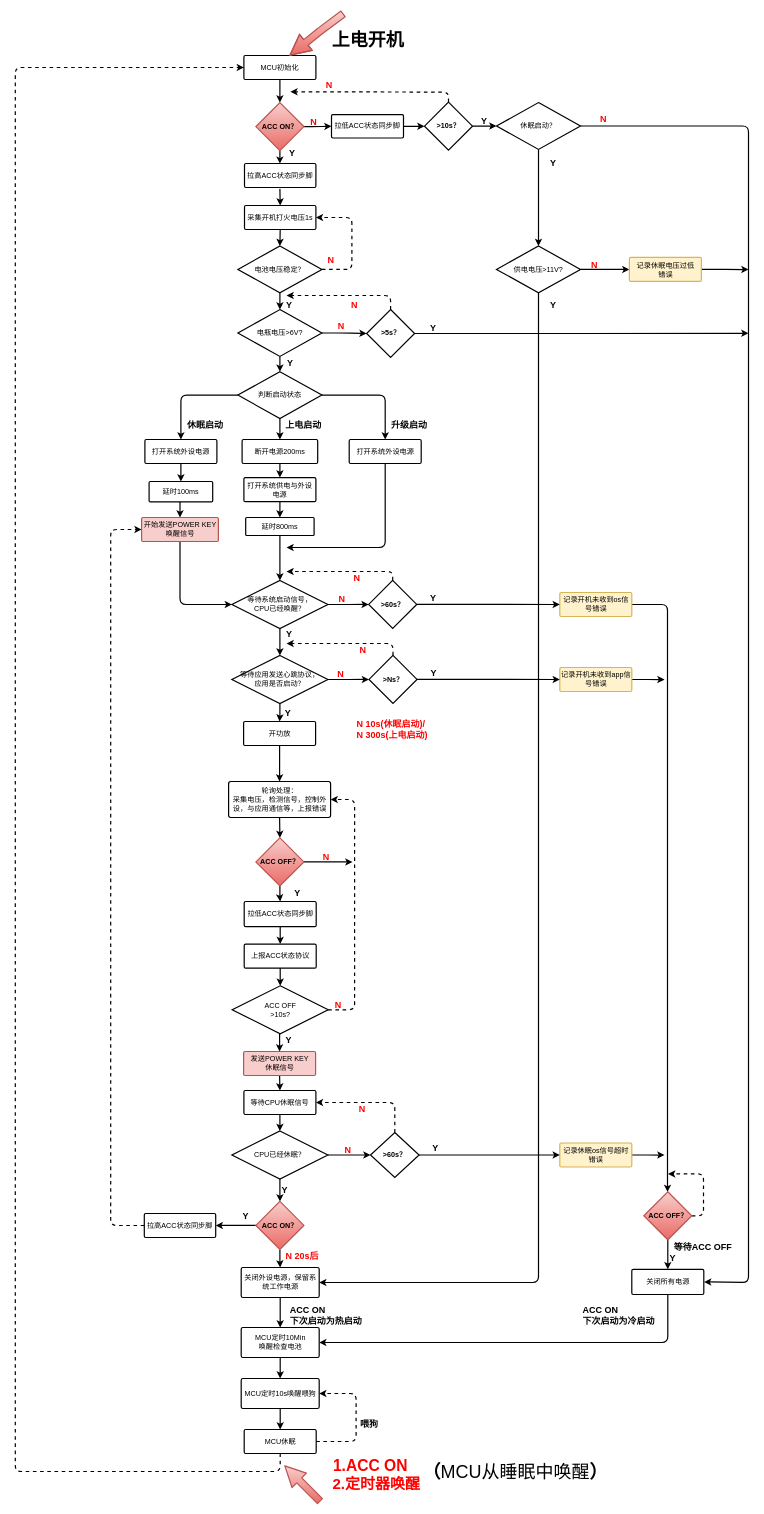
Earlier version of the draw.io diagram page "第 1 页" (1 of 2) of 010_mcu_sleep.drawio (yintianlan/Picture_Draw). Source tidied: cells renumbered, new cells numbered last; positions are measured from the earlier drawing's top-left corner, leaving out a move shared by most shapes. Both pictures are drawn from the tidied source at 60%, with x=0, y=0 at pixel (15, 13).
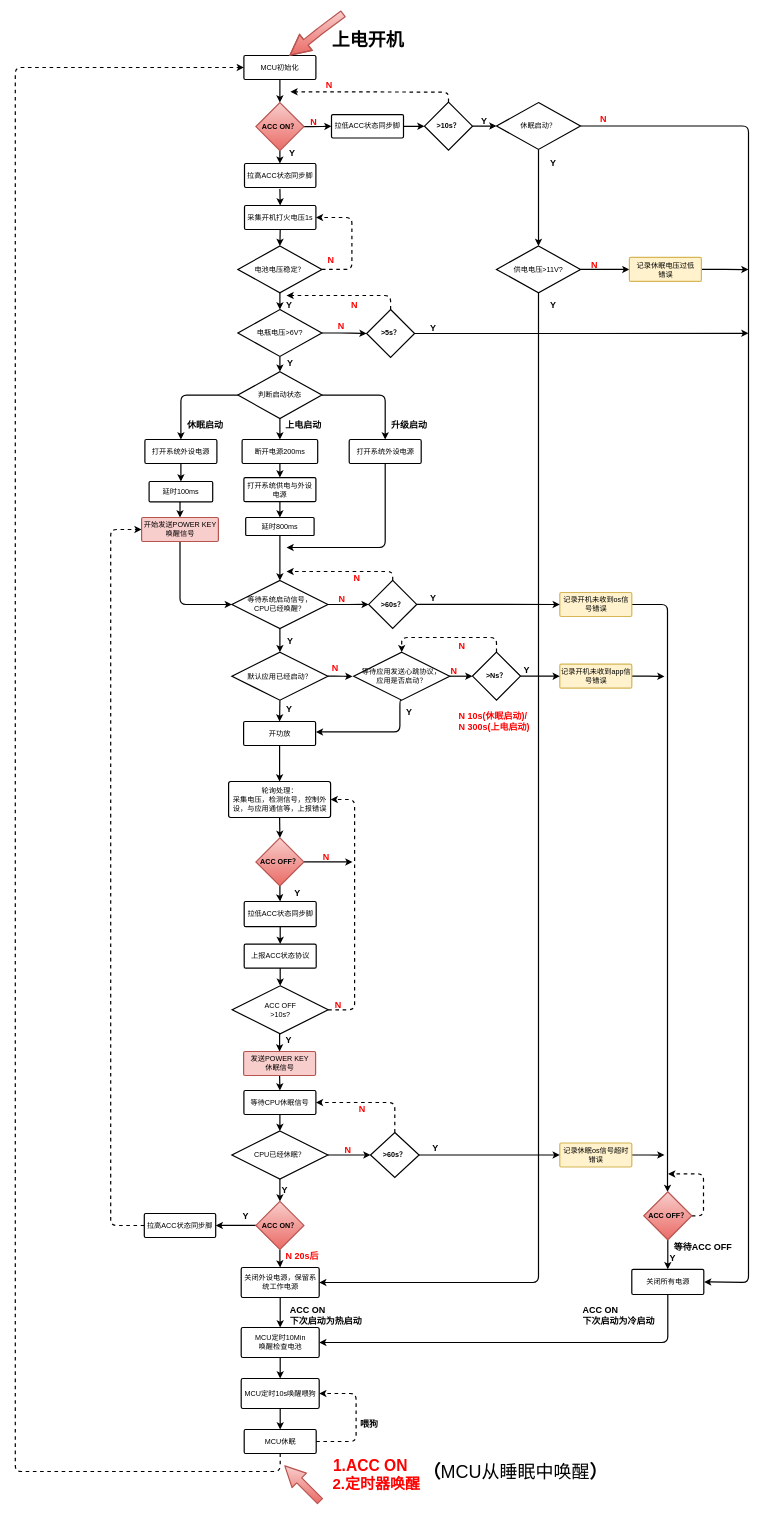
After the change.

The change refers to these unchanged cells:
```xml
<mxCell id="48" value="开功放" style="strokeWidth=2;html=1;shape=mxgraph.flowchart.process;whiteSpace=wrap;fontFamily=Helvetica;align=center;" parent="1" vertex="1">
  <mxGeometry x="380.5" y="1180" width="120" height="40" as="geometry" />
</mxCell>
```

What changed in the source:
```diff
@@
     <mxCell id="40" value="Y" style="text;html=1;align=center;verticalAlign=middle;spacingTop=-4;fontFamily=Helvetica;labelPosition=center;verticalLabelPosition=middle;strokeWidth=2;fontSize=15;fontStyle=1;" parent="1" vertex="1">
-      <mxGeometry x="443.5" y="1162.5" width="20" height="10" as="geometry" />
+      <mxGeometry x="445.5" y="1155" width="20" height="10" as="geometry" />
     </mxCell>
@@
-    <mxCell id="44" style="edgeStyle=orthogonalEdgeStyle;rounded=0;html=1;jettySize=auto;strokeWidth=2;entryX=0.5;entryY=0;entryDx=0;entryDy=0;entryPerimeter=0;" parent="1" edge="1" source="46" target="48">
-      <mxGeometry relative="1" as="geometry">
-        <Array as="points">
-          <mxPoint x="441" y="1170" />
-          <mxPoint x="441" y="1170" />
-        </Array>
-      </mxGeometry>
+    <mxCell id="44" style="edgeStyle=orthogonalEdgeStyle;rounded=1;jettySize=auto;html=1;exitX=0.5;exitY=1;exitDx=0;exitDy=0;exitPerimeter=0;entryX=0.5;entryY=0;entryDx=0;entryDy=0;entryPerimeter=0;strokeWidth=2;" parent="1" edge="1" source="46" target="48">
+      <mxGeometry relative="1" as="geometry" />
     </mxCell>
-    <mxCell id="45" style="edgeStyle=orthogonalEdgeStyle;rounded=0;jettySize=auto;html=1;exitX=1;exitY=0.5;exitDx=0;exitDy=0;exitPerimeter=0;strokeWidth=2;entryX=0;entryY=0.5;entryDx=0;entryDy=0;" parent="1" edge="1" source="46" target="130">
-      <mxGeometry relative="1" as="geometry" />
-    </mxCell>
+    <mxCell id="160" style="edgeStyle=orthogonalEdgeStyle;rounded=1;jettySize=auto;html=1;exitX=1;exitY=0.5;exitDx=0;exitDy=0;exitPerimeter=0;strokeWidth=2;" parent="1" edge="1" source="46">
+      <mxGeometry relative="1" as="geometry">
+        <mxPoint x="562" y="1104.8" as="targetPoint" />
+      </mxGeometry>
+    </mxCell>
-    <mxCell id="46" value="等待应用发送心跳协议，&lt;br&gt;应用是否启动？" style="strokeWidth=2;html=1;shape=mxgraph.flowchart.decision;whiteSpace=wrap;fillColor=#ffffff;fontFamily=Helvetica;align=center;strokeColor=#000000;" parent="1" vertex="1">
-      <mxGeometry x="361" y="1070" width="160" height="80" as="geometry" />
+    <mxCell id="46" value="默认应用已经启动？" style="strokeWidth=2;html=1;shape=mxgraph.flowchart.decision;whiteSpace=wrap;fillColor=#ffffff;fontFamily=Helvetica;align=center;strokeColor=#000000;" parent="1" vertex="1">
+      <mxGeometry x="361" y="1064.5" width="160" height="80" as="geometry" />
     </mxCell>
@@
     <mxCell id="52" value="Y" style="text;html=1;align=center;verticalAlign=middle;spacingTop=-4;fontFamily=Helvetica;labelPosition=center;verticalLabelPosition=middle;strokeWidth=2;fontSize=15;fontStyle=1;" parent="1" vertex="1">
-      <mxGeometry x="445.5" y="1030" width="20" height="10" as="geometry" />
+      <mxGeometry x="447.5" y="1042.5" width="20" height="10" as="geometry" />
     </mxCell>
@@
     <mxCell id="76" value="&lt;span style=&quot;font-size: 15px&quot;&gt;&lt;font color=&quot;#ff0000&quot;&gt;N 10s(休眠启动)/&lt;br&gt;N 300s(上电启动)&lt;br&gt;&lt;/font&gt;&lt;/span&gt;" style="text;html=1;align=left;verticalAlign=top;spacingTop=-4;fontFamily=Helvetica;strokeWidth=2;fontSize=15;fontStyle=1;" parent="1" vertex="1">
-      <mxGeometry x="567" y="1172.5" width="130" height="40" as="geometry" />
+      <mxGeometry x="737" y="1160" width="130" height="40" as="geometry" />
     </mxCell>
@@
     <mxCell id="98" style="edgeStyle=orthogonalEdgeStyle;rounded=0;jettySize=auto;html=1;exitX=1;exitY=0.5;exitDx=0;exitDy=0;exitPerimeter=0;strokeWidth=2;" parent="1" edge="1" source="99">
       <mxGeometry relative="1" as="geometry">
-        <mxPoint x="1082" y="1110.2" as="targetPoint" />
+        <mxPoint x="1082" y="1105" as="targetPoint" />
+        <Array as="points">
+          <mxPoint x="1055" y="1105" />
+        </Array>
       </mxGeometry>
     </mxCell>
     <mxCell id="99" value="记录开机未收到app信号错误" style="strokeWidth=2;html=1;shape=mxgraph.flowchart.process;whiteSpace=wrap;fillColor=#fff2cc;fontFamily=Helvetica;align=center;strokeColor=#d6b656;" parent="1" vertex="1">
-      <mxGeometry x="907.5" y="1090" width="120" height="40" as="geometry" />
+      <mxGeometry x="907.5" y="1084.5" width="120" height="40" as="geometry" />
     </mxCell>
@@
-    <mxCell id="128" style="edgeStyle=orthogonalEdgeStyle;rounded=1;jettySize=auto;html=1;exitX=0.5;exitY=0;exitDx=0;exitDy=0;strokeWidth=2;dashed=1;" parent="1" edge="1" source="130">
-      <mxGeometry relative="1" as="geometry">
-        <mxPoint x="452" y="1050" as="targetPoint" />
-        <Array as="points">
-          <mxPoint x="630" y="1050" />
-        </Array>
-      </mxGeometry>
-    </mxCell>
-    <mxCell id="129" style="edgeStyle=orthogonalEdgeStyle;rounded=0;jettySize=auto;html=1;exitX=1;exitY=0.5;exitDx=0;exitDy=0;entryX=0;entryY=0.5;entryDx=0;entryDy=0;entryPerimeter=0;strokeWidth=2;" parent="1" edge="1" source="130" target="99">
+    <mxCell id="129" style="edgeStyle=orthogonalEdgeStyle;rounded=1;jettySize=auto;html=1;exitX=1;exitY=0.5;exitDx=0;exitDy=0;entryX=0;entryY=0.5;entryDx=0;entryDy=0;entryPerimeter=0;strokeWidth=2;" parent="1" edge="1" source="130" target="99">
       <mxGeometry relative="1" as="geometry">
         <Array as="points">
-          <mxPoint x="816" y="1110" />
+          <mxPoint x="876" y="1104" />
         </Array>
       </mxGeometry>
     </mxCell>
+    <mxCell id="161" style="edgeStyle=orthogonalEdgeStyle;rounded=1;jettySize=auto;html=1;exitX=0.5;exitY=0;exitDx=0;exitDy=0;strokeWidth=2;entryX=0.5;entryY=0;entryDx=0;entryDy=0;entryPerimeter=0;dashed=1;" parent="1" edge="1" source="130" target="164">
+      <mxGeometry relative="1" as="geometry">
+        <Array as="points">
+          <mxPoint x="802" y="1040" />
+          <mxPoint x="644" y="1040" />
+        </Array>
+      </mxGeometry>
+    </mxCell>
     <mxCell id="130" value="&lt;b&gt;&amp;gt;Ns？&lt;/b&gt;" style="rhombus;whiteSpace=wrap;html=1;strokeWidth=2;fontFamily=Helvetica;align=center;" parent="1" vertex="1">
-      <mxGeometry x="589.5" y="1069.8" width="80" height="80" as="geometry" />
+      <mxGeometry x="762" y="1064.3" width="80" height="80" as="geometry" />
     </mxCell>
@@
     <mxCell id="134" value="&lt;span style=&quot;font-size: 15px&quot;&gt;&lt;font color=&quot;#ff0000&quot;&gt;N&lt;/font&gt;&lt;/span&gt;" style="text;html=1;align=left;verticalAlign=top;spacingTop=-4;fontFamily=Helvetica;strokeWidth=2;fontSize=15;fontStyle=1;" parent="1" vertex="1">
-      <mxGeometry x="535" y="1090" width="30" height="20" as="geometry" />
+      <mxGeometry x="526" y="1079.5" width="30" height="20" as="geometry" />
     </mxCell>
     <mxCell id="135" value="&lt;span style=&quot;font-size: 15px&quot;&gt;&lt;font color=&quot;#ff0000&quot;&gt;N&lt;/font&gt;&lt;/span&gt;" style="text;html=1;align=left;verticalAlign=top;spacingTop=-4;fontFamily=Helvetica;strokeWidth=2;fontSize=15;fontStyle=1;" parent="1" vertex="1">
-      <mxGeometry x="572" y="1050" width="30" height="20" as="geometry" />
+      <mxGeometry x="737" y="1042.5" width="30" height="20" as="geometry" />
     </mxCell>
     <mxCell id="136" value="Y" style="text;html=1;align=center;verticalAlign=middle;spacingTop=-4;fontFamily=Helvetica;labelPosition=center;verticalLabelPosition=middle;strokeWidth=2;fontSize=15;fontStyle=1;" parent="1" vertex="1">
-      <mxGeometry x="687" y="1095" width="20" height="10" as="geometry" />
+      <mxGeometry x="841.5" y="1089.5" width="20" height="10" as="geometry" />
     </mxCell>
@@
+    <mxCell id="162" style="edgeStyle=orthogonalEdgeStyle;rounded=1;jettySize=auto;html=1;exitX=0.5;exitY=1;exitDx=0;exitDy=0;exitPerimeter=0;strokeWidth=2;entryX=1.004;entryY=0.434;entryDx=0;entryDy=0;entryPerimeter=0;" parent="1" edge="1" source="164" target="48">
+      <mxGeometry relative="1" as="geometry">
+        <Array as="points">
+          <mxPoint x="641" y="1197" />
+        </Array>
+      </mxGeometry>
+    </mxCell>
+    <mxCell id="163" style="edgeStyle=orthogonalEdgeStyle;rounded=1;jettySize=auto;html=1;exitX=1;exitY=0.5;exitDx=0;exitDy=0;exitPerimeter=0;strokeWidth=2;entryX=0;entryY=0.507;entryDx=0;entryDy=0;entryPerimeter=0;" parent="1" edge="1" source="164" target="130">
+      <mxGeometry relative="1" as="geometry" />
+    </mxCell>
+    <mxCell id="164" value="等待应用发送心跳协议，&lt;br&gt;应用是否启动？" style="strokeWidth=2;html=1;shape=mxgraph.flowchart.decision;whiteSpace=wrap;fillColor=#ffffff;fontFamily=Helvetica;align=center;strokeColor=#000000;" parent="1" vertex="1">
+      <mxGeometry x="564" y="1064.5" width="160" height="80" as="geometry" />
+    </mxCell>
+    <mxCell id="165" value="&lt;span style=&quot;font-size: 15px&quot;&gt;&lt;font color=&quot;#ff0000&quot;&gt;N&lt;/font&gt;&lt;/span&gt;" style="text;html=1;align=left;verticalAlign=top;spacingTop=-4;fontFamily=Helvetica;strokeWidth=2;fontSize=15;fontStyle=1;" parent="1" vertex="1">
+      <mxGeometry x="724" y="1084.5" width="30" height="20" as="geometry" />
+    </mxCell>
+    <mxCell id="166" value="Y" style="text;html=1;align=center;verticalAlign=middle;spacingTop=-4;fontFamily=Helvetica;labelPosition=center;verticalLabelPosition=middle;strokeWidth=2;fontSize=15;fontStyle=1;" parent="1" vertex="1">
+      <mxGeometry x="645.5" y="1160" width="20" height="10" as="geometry" />
+    </mxCell>
```
